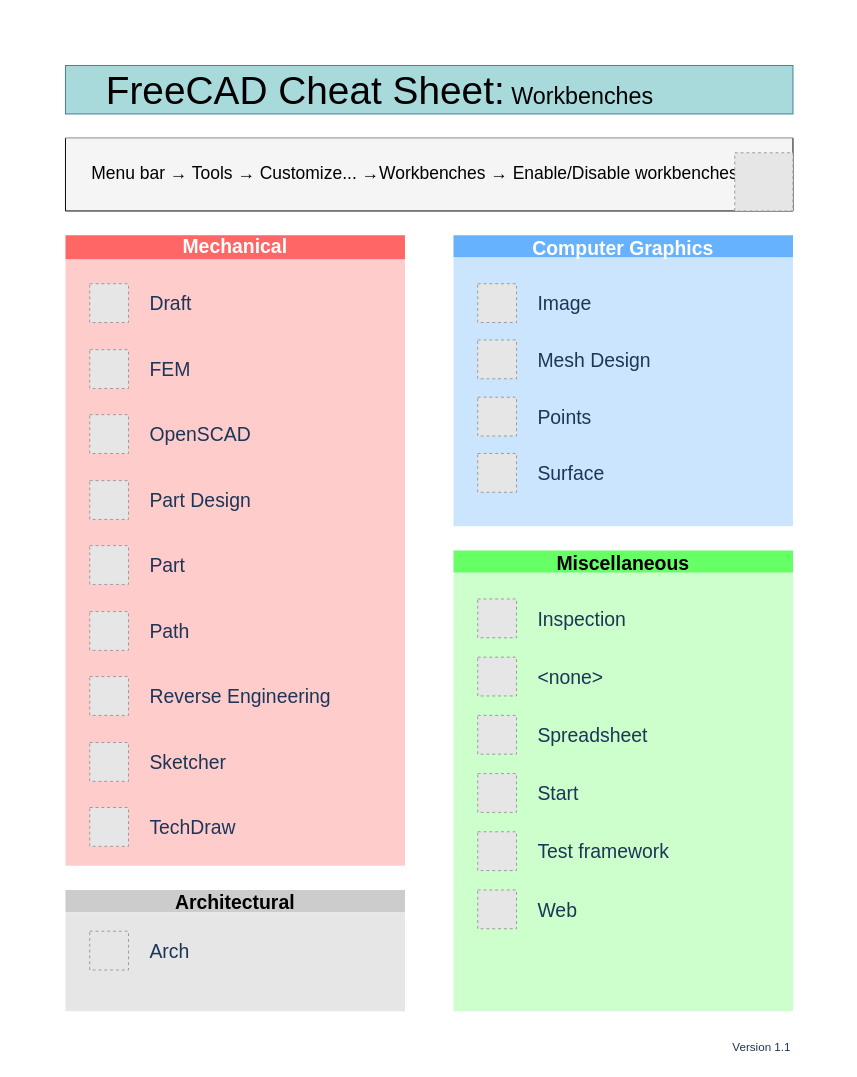
The draw.io diagram drawio/freeCAD-cheat-sheets-workbenches.drawio in EvokeMadness/FreeCAD-sketcher-cheat-sheet, before the edit. Source tidied: cells renumbered, new cells numbered last; positions are measured from the earlier drawing's top-left corner, leaving out a move shared by most shapes. Both pictures are drawn from the tidied source at 97%, with x=0, y=0 at pixel (65, 65). Pictures stored in the file or linked from it are replaced by grey dashed boxes.
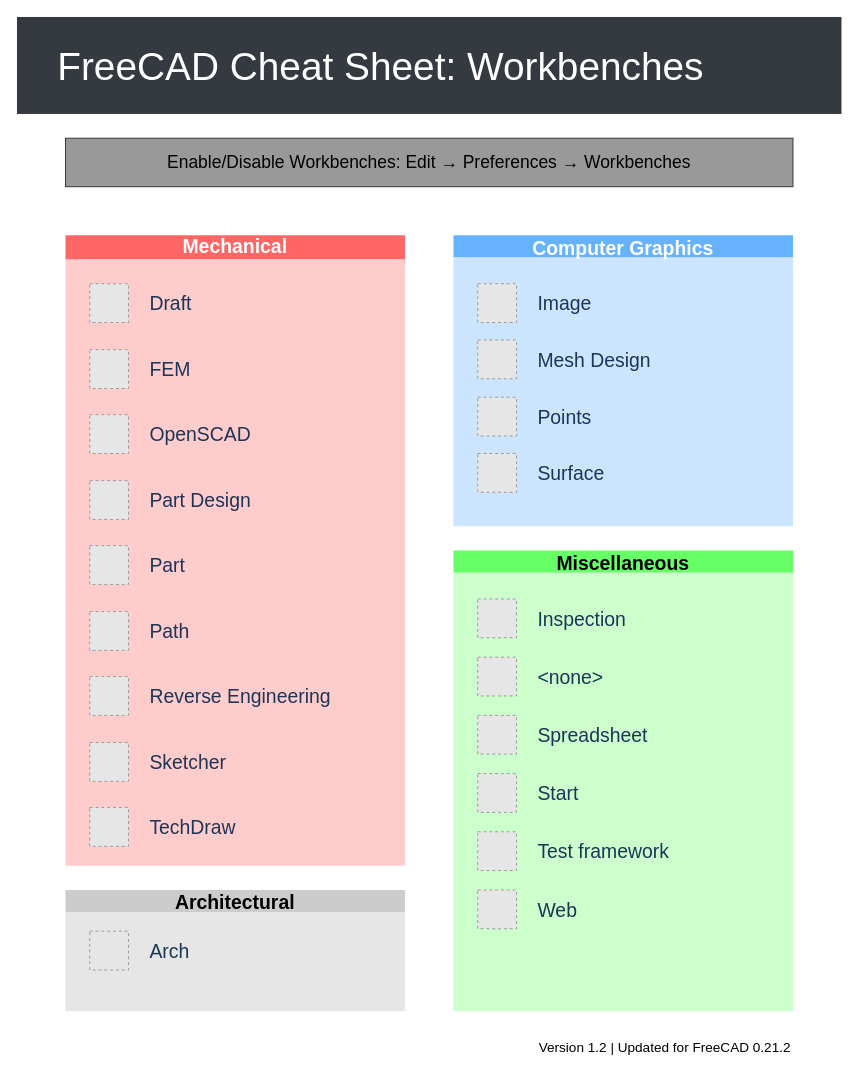
The same diagram, later.

The edit, as a diff of the source:
```diff
@@
+    <mxCell id="31" value="Enable/Disable Workbenches: Edit&amp;nbsp;→ Preferences&amp;nbsp;→ Workbenches" style="rounded=0;whiteSpace=wrap;html=1;fontSize=18;align=center;spacingLeft=0;fillColor=#999999;fontColor=#000000;strokeColor=#333333;spacingRight=0;" parent="1" vertex="1">
+      <mxGeometry y="75" width="750" height="50" as="geometry" />
+    </mxCell>
@@
-    <mxCell id="3" value="Version 1.1" style="text;html=1;strokeColor=none;fillColor=none;align=right;verticalAlign=middle;whiteSpace=wrap;rounded=0;sketch=0;fontColor=#1D3557;fontFamily=Helvetica;" parent="1" vertex="1">
+    <mxCell id="3" value="Version 1.2 | Updated for FreeCAD 0.21.2" style="text;html=1;strokeColor=none;fillColor=none;align=right;verticalAlign=middle;whiteSpace=wrap;rounded=0;sketch=0;fontColor=#000000;fontFamily=Helvetica;fontSize=14;" parent="1" vertex="1">
       <mxGeometry y="1000" width="750" height="25" as="geometry" />
     </mxCell>
@@
-    <mxCell id="8" value="&lt;span style=&quot;font-weight: normal&quot;&gt;&lt;font color=&quot;#000000&quot;&gt;&lt;font style=&quot;font-size: 40px&quot;&gt;FreeCAD Cheat Sheet:&lt;/font&gt; Workbenches&lt;/font&gt;&lt;/span&gt;" style="text;strokeColor=#457B9D;fillColor=#A8DADC;html=1;fontSize=24;fontStyle=1;verticalAlign=middle;align=left;fontFamily=Helvetica;spacingLeft=40;fontColor=#1D3557;" parent="1" vertex="1">
-      <mxGeometry width="750" height="50" as="geometry" />
+    <mxCell id="8" value="&lt;span style=&quot;font-weight: normal; font-size: 40px;&quot;&gt;&lt;font style=&quot;font-size: 40px;&quot;&gt;&lt;font style=&quot;font-size: 40px;&quot;&gt;FreeCAD Cheat Sheet:&lt;/font&gt; Workbenches&lt;/font&gt;&lt;/span&gt;" style="text;strokeColor=none;fillColor=#343a40;html=1;fontSize=24;fontStyle=1;verticalAlign=middle;align=left;fontFamily=Helvetica;spacingLeft=40;fontColor=#FFFFFF;" parent="1" vertex="1">
+      <mxGeometry x="-50" y="-50" width="850" height="100" as="geometry" />
     </mxCell>
-    <mxCell id="9" style="swimlane;labelBackgroundColor=none;labelBorderColor=none;fontFamily=Helvetica;fontSize=20;strokeColor=#000000;fillColor=#CCCCCC;align=center;verticalAlign=middle;html=1;swimlaneFillColor=#f5f5f5ff;fontStyle=0;fontColor=#1D3557;strokeWidth=1;startSize=0;" parent="1" vertex="1">
-      <mxGeometry y="75" width="750" height="75" as="geometry" />
-    </mxCell>
-    <mxCell id="10" value="&lt;span style=&quot;font-size: 18px; font-style: normal; font-weight: 400; letter-spacing: normal; text-indent: 0px; text-transform: none; word-spacing: 0px; display: inline; float: none;&quot;&gt;Menu bar → Tools → Customize... →Workbenches → Enable/Disable workbenches&lt;/span&gt;" style="text;html=1;strokeColor=none;fillColor=none;align=left;verticalAlign=middle;whiteSpace=wrap;rounded=0;sketch=0;fontColor=#000000;labelBackgroundColor=none;fontSize=18;fontFamily=Helvetica;" parent="1" vertex="1">
-      <mxGeometry x="25" y="81.2" width="750" height="62.5" as="geometry" />
-    </mxCell>
-    <mxCell id="11" style="fillColor=#E6E6E6;strokeColor=#999999;dashed=1;verticalLabelPosition=bottom;labelBackgroundColor=default;verticalAlign=top;fontFamily=Helvetica;" parent="1" vertex="1">
-      <mxGeometry x="690" y="90" width="60" height="60" as="geometry" />
-    </mxCell>
```
